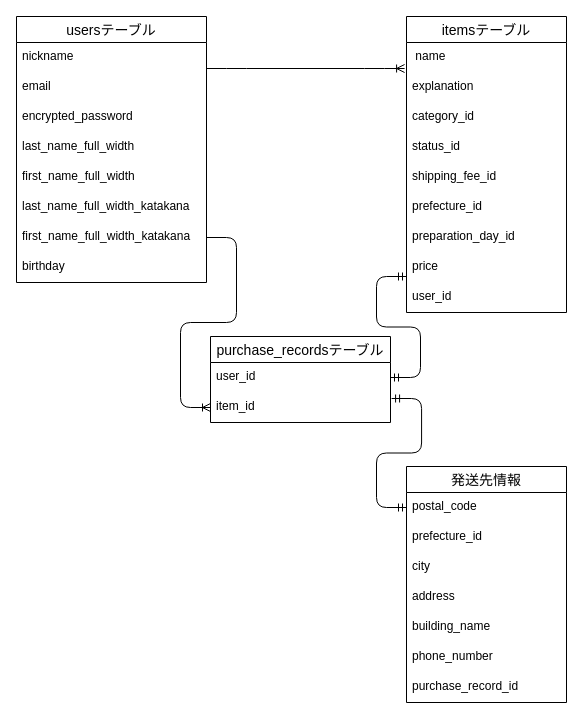
This is ER.dio from prairiestreet/furima-39232, a draw.io file, before an edit. Source tidied: cells renumbered, new cells numbered last; positions are measured from the earlier drawing's top-left corner, leaving out a move shared by most shapes. Both pictures are drawn from the tidied source at 100%, with x=0, y=0 at pixel (16, 16).
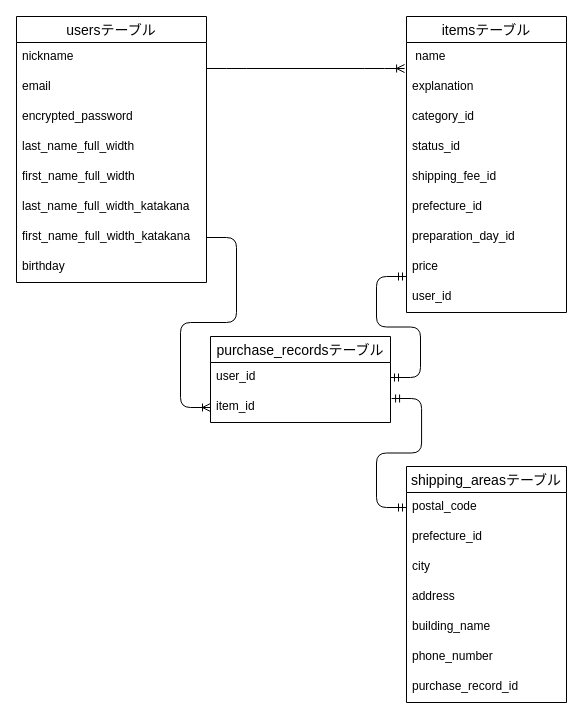
After the change.

The edit, as a diff of the source:
```diff
@@
-    <mxCell id="24" value="発送先情報" style="swimlane;fontStyle=0;horizontal=1;startSize=26;align=center;fontSize=14;" parent="1" vertex="1">
+    <mxCell id="24" value="shipping_areasテーブル" style="swimlane;fontStyle=0;horizontal=1;startSize=26;align=center;fontSize=14;" parent="1" vertex="1">
       <mxGeometry x="390" y="450" width="160" height="236" as="geometry" />
     </mxCell>
```
